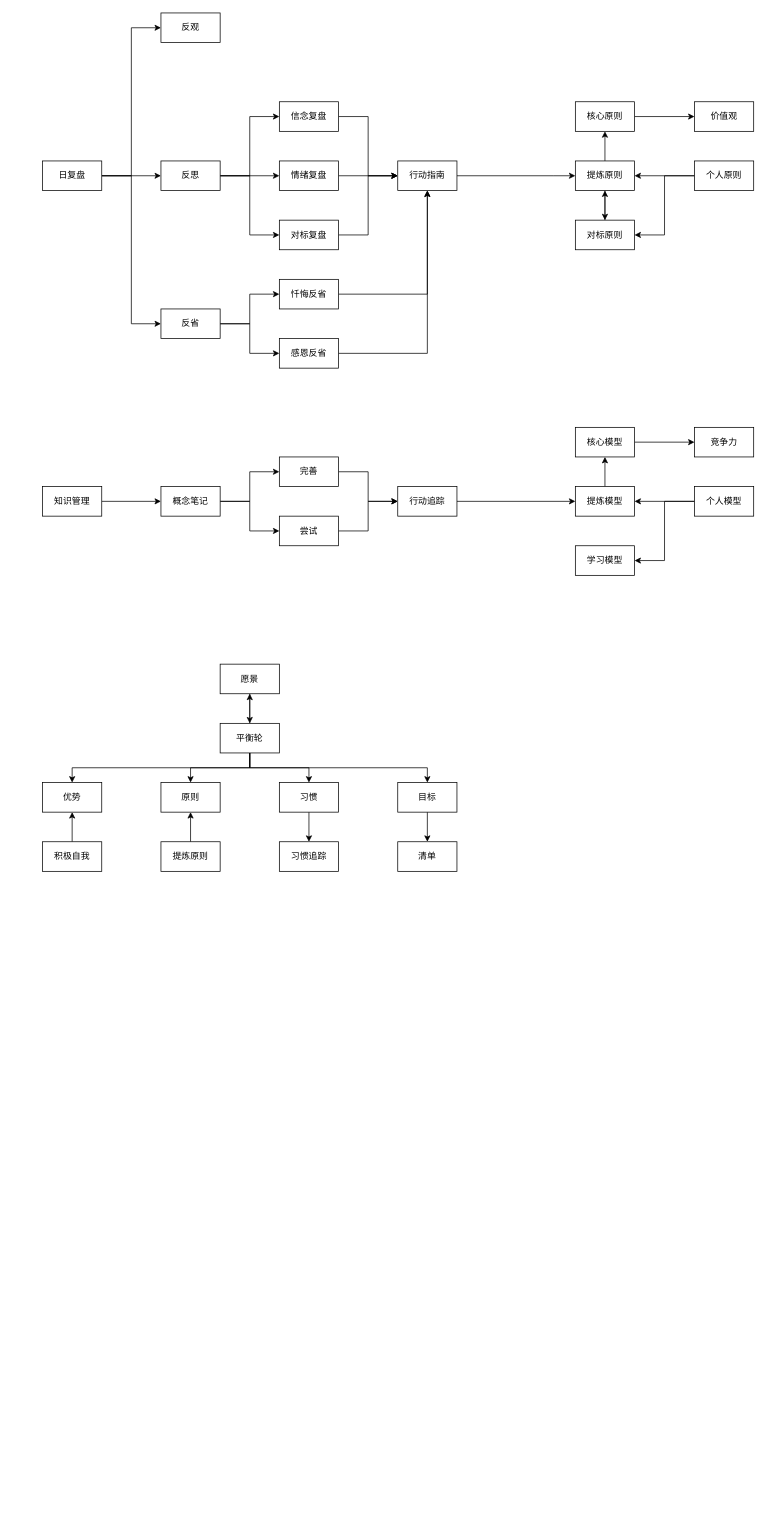
Before: page "第 1 页" (1 of 2) of 人生系统.drawio in youyusan/life_system, a draw.io diagram. Source tidied: cells renumbered, new cells numbered last; positions are measured from the earlier drawing's top-left corner, leaving out a move shared by most shapes. Both pictures are drawn from the tidied source at 74%, with x=0, y=0 at pixel (42, 13).
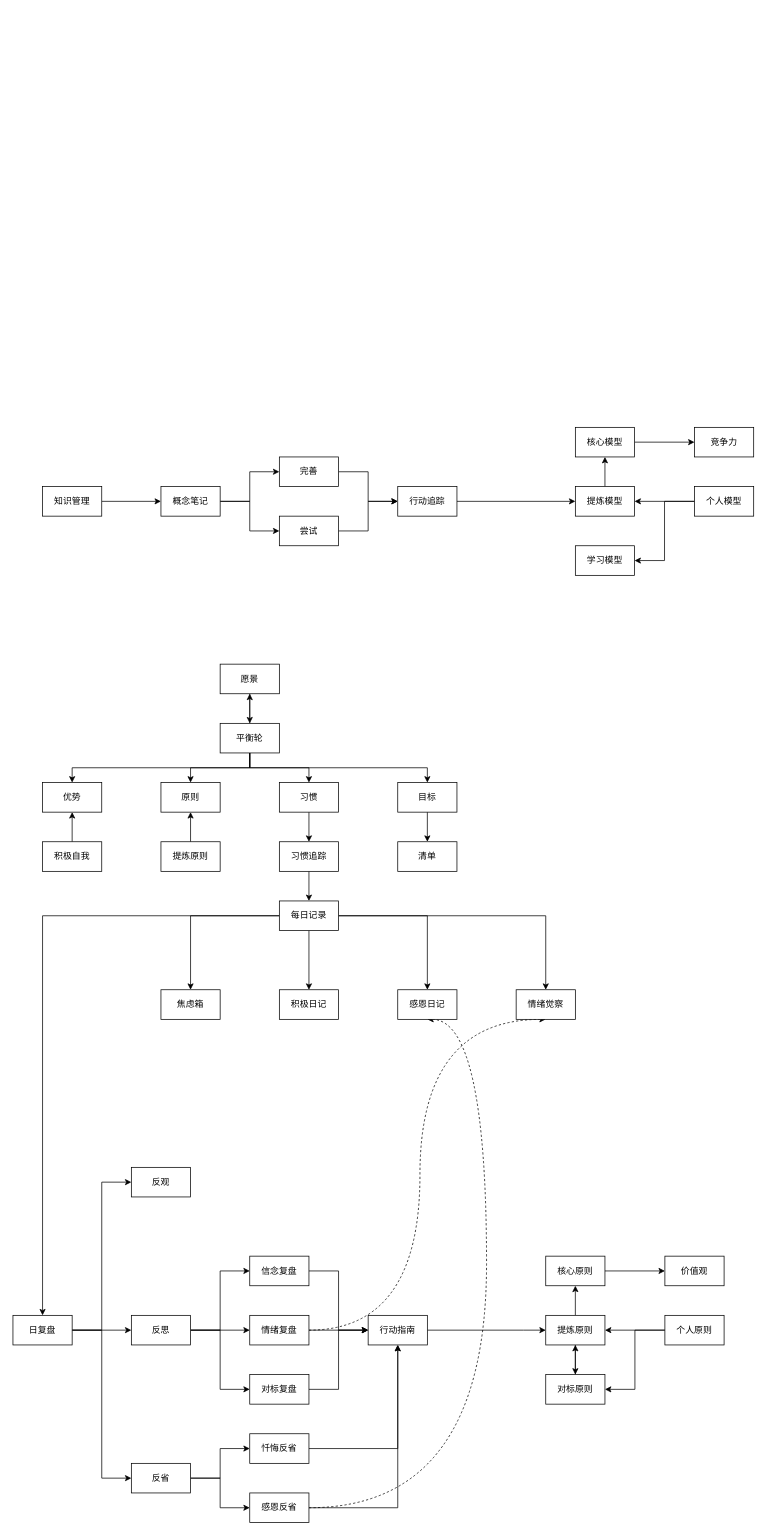
The same page after the edit.

Commit message:
更新人生系统.drawio

The change refers to these unchanged cells:
```xml
<mxCell id="2" value="习惯追踪" style="rounded=0;whiteSpace=wrap;html=1;" parent="1" vertex="1">
  <mxGeometry x="320" y="1120" width="80" height="40" as="geometry" />
</mxCell>
```

Diff of the diagram source:
```diff
@@
+    <mxCell id="77" style="edgeStyle=orthogonalEdgeStyle;rounded=0;jettySize=auto;html=1;entryX=0.5;entryY=0;entryDx=0;entryDy=0;" parent="1" edge="1" source="2" target="85">
+      <mxGeometry relative="1" as="geometry" />
+    </mxCell>
@@
     <mxCell id="10" value="反思" style="rounded=0;whiteSpace=wrap;html=1;" parent="1" vertex="1">
-      <mxGeometry x="160" y="200" width="80" height="40" as="geometry" />
+      <mxGeometry x="120" y="1760" width="80" height="40" as="geometry" />
     </mxCell>
     <mxCell id="11" style="edgeStyle=orthogonalEdgeStyle;rounded=0;jettySize=auto;html=1;" parent="1" edge="1" source="12" target="26">
       <mxGeometry relative="1" as="geometry">
         <Array as="points">
-          <mxPoint x="690" y="220" />
-          <mxPoint x="690" y="220" />
+          <mxPoint x="650" y="1780" />
+          <mxPoint x="650" y="1780" />
         </Array>
       </mxGeometry>
     </mxCell>
     <mxCell id="12" value="行动指南" style="rounded=0;whiteSpace=wrap;html=1;" parent="1" vertex="1">
-      <mxGeometry x="480" y="200" width="80" height="40" as="geometry" />
+      <mxGeometry x="440" y="1760" width="80" height="40" as="geometry" />
     </mxCell>
     <mxCell id="13" style="edgeStyle=orthogonalEdgeStyle;rounded=0;jettySize=auto;html=1;" parent="1" edge="1" source="15" target="26">
       <mxGeometry relative="1" as="geometry">
         <Array as="points">
-          <mxPoint x="800" y="220" />
-          <mxPoint x="800" y="220" />
+          <mxPoint x="760" y="1780" />
+          <mxPoint x="760" y="1780" />
         </Array>
       </mxGeometry>
     </mxCell>
@@
     <mxCell id="15" value="个人原则" style="rounded=0;whiteSpace=wrap;html=1;" parent="1" vertex="1">
-      <mxGeometry x="881" y="200" width="80" height="40" as="geometry" />
+      <mxGeometry x="841" y="1760" width="80" height="40" as="geometry" />
     </mxCell>
@@
     <mxCell id="17" value="对标原则" style="rounded=0;whiteSpace=wrap;html=1;" parent="1" vertex="1">
-      <mxGeometry x="720" y="280" width="80" height="40" as="geometry" />
+      <mxGeometry x="680" y="1840" width="80" height="40" as="geometry" />
     </mxCell>
@@
+    <mxCell id="78" style="edgeStyle=orthogonalEdgeStyle;rounded=0;jettySize=auto;html=1;entryX=0.5;entryY=1;entryDx=0;entryDy=0;dashed=1;curved=1;" parent="1" edge="1" source="19" target="89">
+      <mxGeometry relative="1" as="geometry">
+        <Array as="points">
+          <mxPoint x="510" y="1780" />
+          <mxPoint x="510" y="1360" />
+        </Array>
+      </mxGeometry>
+    </mxCell>
     <mxCell id="19" value="情绪复盘" style="rounded=0;whiteSpace=wrap;html=1;" parent="1" vertex="1">
-      <mxGeometry x="320" y="200" width="80" height="40" as="geometry" />
+      <mxGeometry x="280" y="1760" width="80" height="40" as="geometry" />
     </mxCell>
@@
     <mxCell id="21" value="信念复盘" style="rounded=0;whiteSpace=wrap;html=1;" parent="1" vertex="1">
-      <mxGeometry x="320" y="120" width="80" height="40" as="geometry" />
+      <mxGeometry x="280" y="1680" width="80" height="40" as="geometry" />
     </mxCell>
@@
     <mxCell id="23" value="对标复盘" style="rounded=0;whiteSpace=wrap;html=1;" parent="1" vertex="1">
-      <mxGeometry x="320" y="280" width="80" height="40" as="geometry" />
+      <mxGeometry x="280" y="1840" width="80" height="40" as="geometry" />
     </mxCell>
@@
     <mxCell id="26" value="提炼原则" style="rounded=0;whiteSpace=wrap;html=1;" parent="1" vertex="1">
-      <mxGeometry x="720" y="200" width="80" height="40" as="geometry" />
+      <mxGeometry x="680" y="1760" width="80" height="40" as="geometry" />
     </mxCell>
@@
     <mxCell id="28" value="核心原则" style="rounded=0;whiteSpace=wrap;html=1;" parent="1" vertex="1">
-      <mxGeometry x="720" y="120" width="80" height="40" as="geometry" />
+      <mxGeometry x="680" y="1680" width="80" height="40" as="geometry" />
     </mxCell>
@@
     <mxCell id="30" value="忏悔反省" style="rounded=0;whiteSpace=wrap;html=1;" parent="1" vertex="1">
-      <mxGeometry x="320" y="360" width="80" height="40" as="geometry" />
+      <mxGeometry x="280" y="1920" width="80" height="40" as="geometry" />
     </mxCell>
@@
+    <mxCell id="79" style="edgeStyle=orthogonalEdgeStyle;rounded=0;jettySize=auto;html=1;entryX=0.5;entryY=1;entryDx=0;entryDy=0;dashed=1;curved=1;" parent="1" edge="1" source="32" target="88">
+      <mxGeometry relative="1" as="geometry">
+        <Array as="points">
+          <mxPoint x="600" y="2020" />
+          <mxPoint x="600" y="1360" />
+        </Array>
+      </mxGeometry>
+    </mxCell>
     <mxCell id="32" value="感恩反省" style="rounded=0;whiteSpace=wrap;html=1;" parent="1" vertex="1">
-      <mxGeometry x="320" y="440" width="80" height="40" as="geometry" />
+      <mxGeometry x="280" y="2000" width="80" height="40" as="geometry" />
     </mxCell>
@@
     <mxCell id="36" value="日复盘" style="rounded=0;whiteSpace=wrap;html=1;" parent="1" vertex="1">
-      <mxGeometry y="200" width="80" height="40" as="geometry" />
+      <mxGeometry x="-40" y="1760" width="80" height="40" as="geometry" />
     </mxCell>
     <mxCell id="37" value="反省" style="rounded=0;whiteSpace=wrap;html=1;" parent="1" vertex="1">
-      <mxGeometry x="160" y="400" width="80" height="40" as="geometry" />
+      <mxGeometry x="120" y="1960" width="80" height="40" as="geometry" />
     </mxCell>
     <mxCell id="38" value="反观" style="rounded=0;whiteSpace=wrap;html=1;" parent="1" vertex="1">
-      <mxGeometry x="160" width="80" height="40" as="geometry" />
+      <mxGeometry x="120" y="1560" width="80" height="40" as="geometry" />
     </mxCell>
@@
     <mxCell id="52" value="价值观" style="rounded=0;whiteSpace=wrap;html=1;" parent="1" vertex="1">
-      <mxGeometry x="881" y="120" width="80" height="40" as="geometry" />
+      <mxGeometry x="841" y="1680" width="80" height="40" as="geometry" />
     </mxCell>
@@
+    <mxCell id="80" style="edgeStyle=orthogonalEdgeStyle;rounded=0;jettySize=auto;html=1;entryX=0.5;entryY=0;entryDx=0;entryDy=0;" parent="1" edge="1" source="85" target="87">
+      <mxGeometry relative="1" as="geometry" />
+    </mxCell>
+    <mxCell id="81" style="edgeStyle=orthogonalEdgeStyle;rounded=0;jettySize=auto;html=1;" parent="1" edge="1" source="85" target="86">
+      <mxGeometry relative="1" as="geometry" />
+    </mxCell>
+    <mxCell id="82" style="edgeStyle=orthogonalEdgeStyle;rounded=0;jettySize=auto;html=1;" parent="1" edge="1" source="85" target="88">
+      <mxGeometry relative="1" as="geometry" />
+    </mxCell>
+    <mxCell id="83" style="edgeStyle=orthogonalEdgeStyle;rounded=0;jettySize=auto;html=1;entryX=0.5;entryY=0;entryDx=0;entryDy=0;" parent="1" edge="1" source="85" target="89">
+      <mxGeometry relative="1" as="geometry" />
+    </mxCell>
+    <mxCell id="84" style="edgeStyle=orthogonalEdgeStyle;rounded=0;jettySize=auto;html=1;" parent="1" edge="1" source="85" target="36">
+      <mxGeometry relative="1" as="geometry" />
+    </mxCell>
+    <mxCell id="85" value="每日记录" style="rounded=0;whiteSpace=wrap;html=1;" parent="1" vertex="1">
+      <mxGeometry x="320" y="1200" width="80" height="40" as="geometry" />
+    </mxCell>
+    <mxCell id="86" value="积极日记" style="rounded=0;whiteSpace=wrap;html=1;" parent="1" vertex="1">
+      <mxGeometry x="320" y="1320" width="80" height="40" as="geometry" />
+    </mxCell>
+    <mxCell id="87" value="焦虑箱" style="rounded=0;whiteSpace=wrap;html=1;" parent="1" vertex="1">
+      <mxGeometry x="160" y="1320" width="80" height="40" as="geometry" />
+    </mxCell>
+    <mxCell id="88" value="感恩日记" style="rounded=0;whiteSpace=wrap;html=1;" parent="1" vertex="1">
+      <mxGeometry x="480" y="1320" width="80" height="40" as="geometry" />
+    </mxCell>
+    <mxCell id="89" value="情绪觉察" style="rounded=0;whiteSpace=wrap;html=1;" parent="1" vertex="1">
+      <mxGeometry x="640" y="1320" width="80" height="40" as="geometry" />
+    </mxCell>
```
